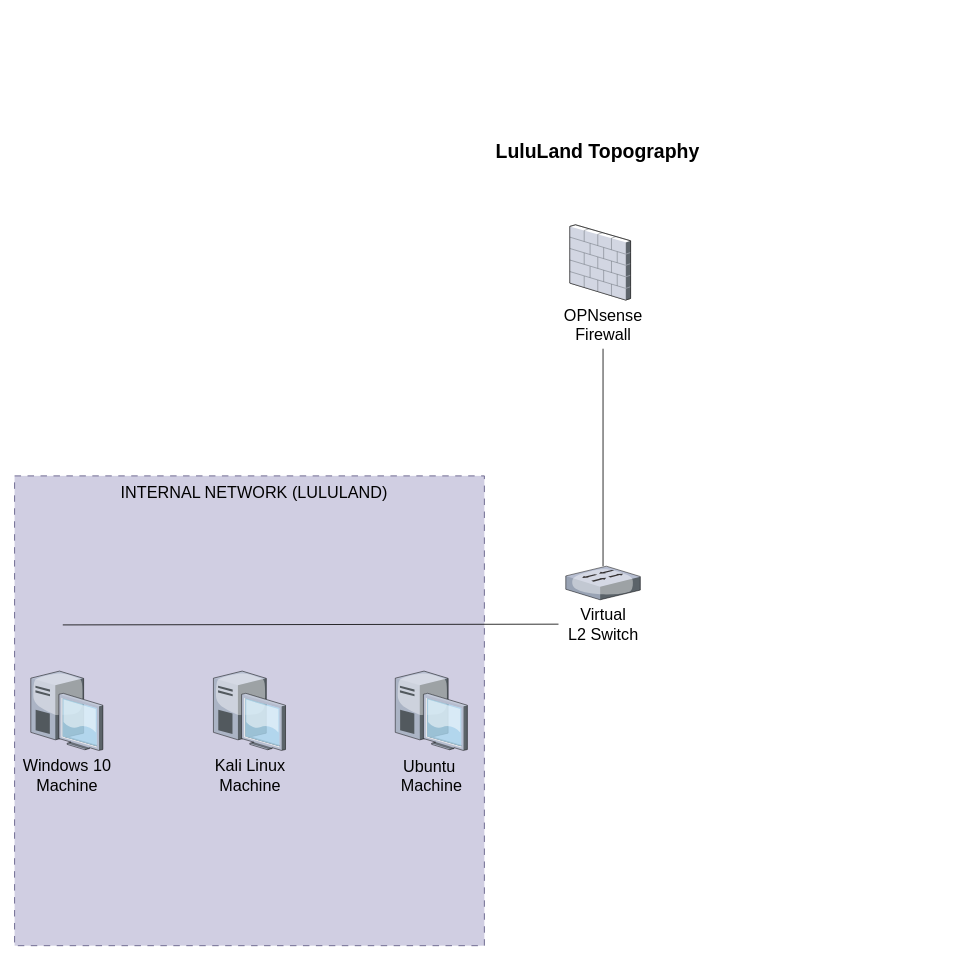
Above: Untitled Diagram.drawio in luube4r/Lululand (draw.io), before the change. Source tidied: cells renumbered, new cells numbered last; positions are measured from the earlier drawing's top-left corner, leaving out a move shared by most shapes. Both pictures are drawn from the tidied source at 81%, with x=0, y=0 at pixel (14, 135).
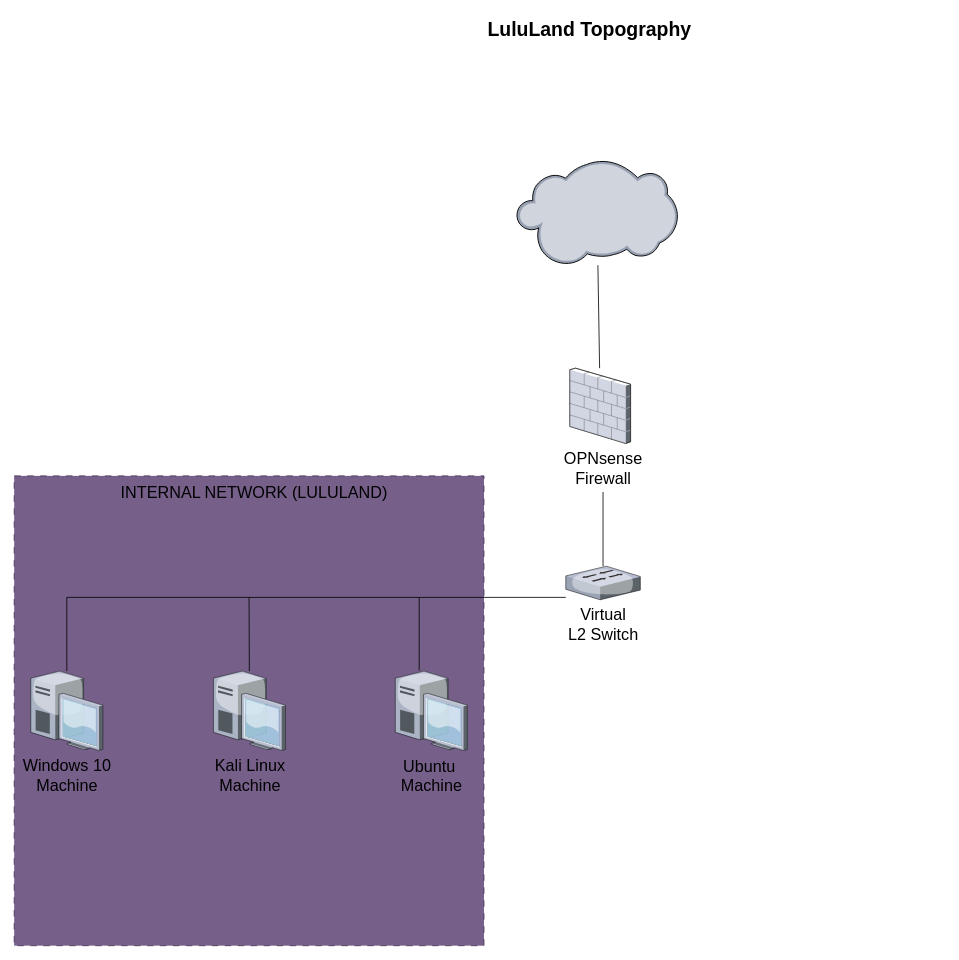
The same diagram, later.

Commit message:
Lululand Topology

The change refers to these unchanged cells:
```xml
<mxCell id="5" style="verticalLabelPosition=bottom;sketch=0;html=1;verticalAlign=top;strokeColor=none;align=center;outlineConnect=0;shape=mxgraph.citrix.firewall;" parent="4" vertex="1">
  <mxGeometry x="19" width="75" height="93" as="geometry" />
</mxCell>
<mxCell id="8" style="verticalLabelPosition=bottom;sketch=0;html=1;verticalAlign=top;strokeColor=none;align=center;outlineConnect=0;shape=mxgraph.citrix.switch;" parent="7" vertex="1">
  <mxGeometry x="9" width="92" height="41.5" as="geometry" />
</mxCell>
<mxCell id="9" value="&lt;font style=&quot;font-size: 20px;&quot;&gt;Virtual&lt;/font&gt;&lt;div&gt;&lt;font style=&quot;font-size: 20px;&quot;&gt;L2 Switch&lt;/font&gt;&lt;/div&gt;" style="text;html=1;align=center;verticalAlign=middle;points=[];strokeColor=none;fillColor=none;" parent="7" vertex="1">
  <mxGeometry y="41.5" width="110" height="60" as="geometry" />
</mxCell>
<mxCell id="12" style="verticalLabelPosition=bottom;sketch=0;html=1;verticalAlign=top;strokeColor=none;align=center;outlineConnect=0;shape=mxgraph.citrix.desktop;" parent="1" vertex="1">
  <mxGeometry x="20.5" y="661" width="89" height="98" as="geometry" />
</mxCell>
<mxCell id="13" style="verticalLabelPosition=bottom;sketch=0;html=1;verticalAlign=top;strokeColor=none;align=center;outlineConnect=0;shape=mxgraph.citrix.desktop;" parent="1" vertex="1">
  <mxGeometry x="246" y="661" width="89" height="98" as="geometry" />
</mxCell>
```

Change to the diagram source:
```diff
@@
-    <mxCell id="2" style="whiteSpace=wrap;html=1;fillColor=#d0cee2;strokeColor=#56517e;dashed=1;dashPattern=8 8;shadow=0;" parent="1" vertex="1">
-      <mxGeometry x="0.5" y="420" width="580" height="580" as="geometry" />
+    <mxCell id="2" style="whiteSpace=wrap;html=1;dashed=1;dashPattern=8 8;shadow=0;fillColor=#76608a;strokeColor=#432D57;fontColor=#ffffff;" parent="1" vertex="1">
+      <mxGeometry y="420" width="580" height="580" as="geometry" />
     </mxCell>
     <mxCell id="3" value="LuluLand Topography" style="text;strokeColor=none;fillColor=none;html=1;fontSize=24;fontStyle=1;verticalAlign=middle;align=center;" parent="1" vertex="1">
-      <mxGeometry x="289" width="861" height="40" as="geometry" />
+      <mxGeometry x="279" y="-150" width="861" height="40" as="geometry" />
     </mxCell>
     <mxCell id="4" style="group;perimeterSpacing=1;strokeWidth=1;shadow=0;" parent="1" vertex="1">
-      <mxGeometry x="667" y="110" width="120" height="153" as="geometry" />
+      <mxGeometry x="667" y="287" width="120" height="153" as="geometry" />
     </mxCell>
@@
-    <mxCell id="18" style="edgeStyle=none;rounded=0;jettySize=auto;html=1;endArrow=none;endFill=0;" parent="1" edge="1" source="9">
-      <mxGeometry relative="1" as="geometry">
-        <mxPoint x="60" y="604" as="targetPoint" />
-      </mxGeometry>
-    </mxCell>
+    <mxCell id="19" style="edgeStyle=elbowEdgeStyle;rounded=0;jettySize=auto;html=1;elbow=vertical;endArrow=none;endFill=0;" parent="1" edge="1" source="8" target="12">
+      <mxGeometry relative="1" as="geometry">
+        <Array as="points">
+          <mxPoint x="400" y="570" />
+        </Array>
+      </mxGeometry>
+    </mxCell>
+    <mxCell id="20" style="endArrow=none;html=1;rounded=0;elbow=vertical;" parent="1" edge="1" source="13">
+      <mxGeometry relative="1" as="geometry">
+        <mxPoint x="290" y="570" as="targetPoint" />
+      </mxGeometry>
+    </mxCell>
+    <mxCell id="21" style="endArrow=none;html=1;rounded=0;elbow=vertical;" parent="1" edge="1">
+      <mxGeometry relative="1" as="geometry">
+        <mxPoint x="500" y="660" as="sourcePoint" />
+        <mxPoint x="500" y="570" as="targetPoint" />
+      </mxGeometry>
+    </mxCell>
+    <mxCell id="22" style="edgeStyle=none;rounded=0;jettySize=auto;html=1;elbow=vertical;endArrow=none;endFill=0;" parent="1" edge="1" source="23" target="5">
+      <mxGeometry relative="1" as="geometry" />
+    </mxCell>
+    <mxCell id="23" style="verticalLabelPosition=bottom;sketch=0;html=1;verticalAlign=top;strokeColor=none;align=center;outlineConnect=0;shape=mxgraph.citrix.cloud;" parent="1" vertex="1">
+      <mxGeometry x="620" y="30" width="199.2" height="130" as="geometry" />
+    </mxCell>
```
